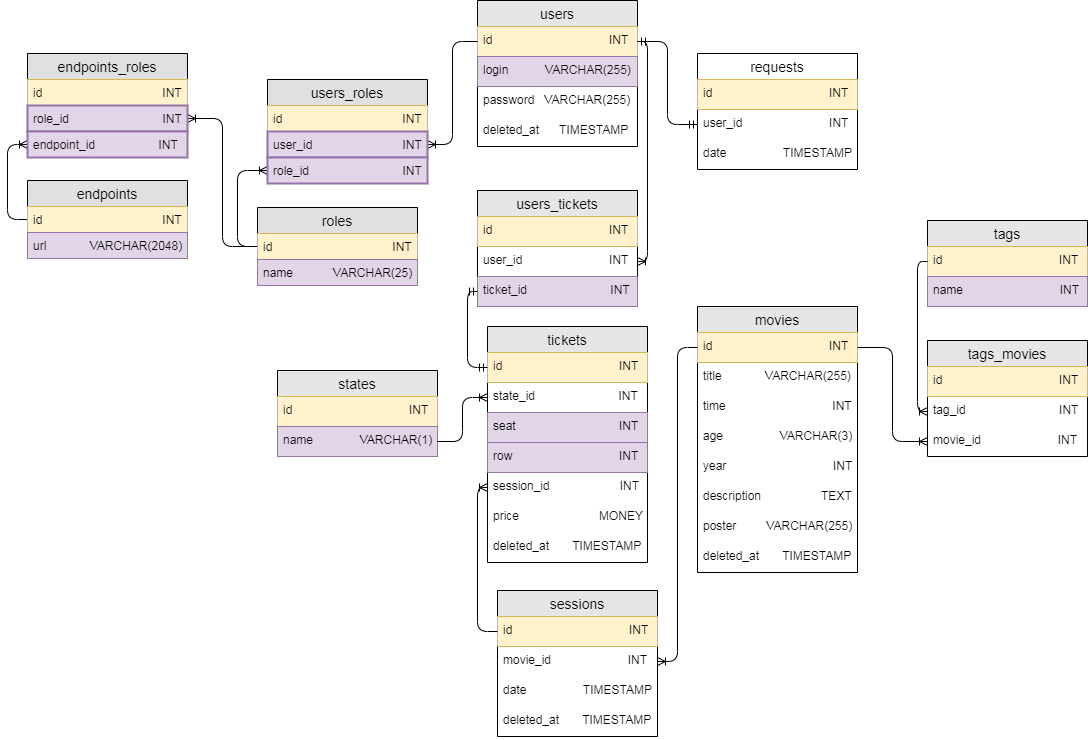
PaulineHK/NodeJS keeps this draw.io diagram as schema_db.png. Above is the earlier version. Source tidied: cells renumbered, new cells last; positions are measured from the earlier drawing's top-left corner, leaving out a move shared by most shapes.
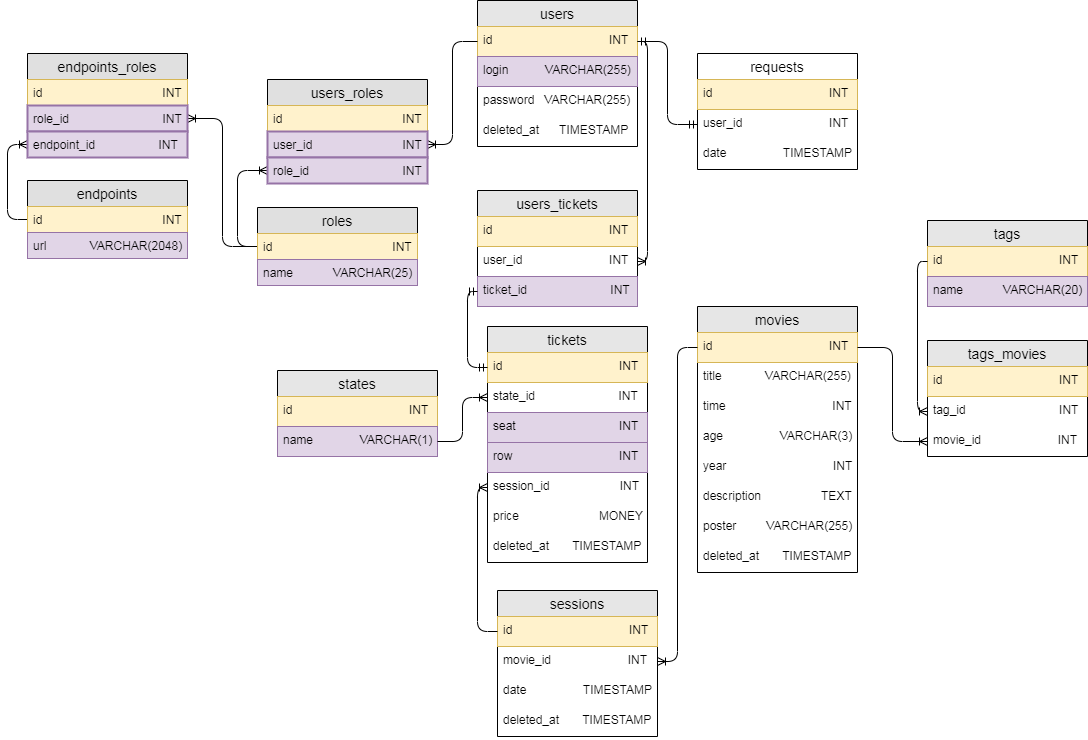
After the commit.

Commit message:
Исправленная схема БД

What changed in the source:
```diff
@@ -50,7 +50,7 @@
     <mxCell id="17" value="id                                   INT" style="text;strokeColor=#d6b656;fillColor=#fff2cc;spacingLeft=4;spacingRight=4;overflow=hidden;points=[[0,0.5],[1,0.5]];portConstraint=eastwest;fontSize=12;" parent="16" vertex="1">
       <mxGeometry y="26" width="160" height="30" as="geometry" />
     </mxCell>
-    <mxCell id="18" value="name                             INT" style="text;strokeColor=#9673a6;fillColor=#e1d5e7;spacingLeft=4;spacingRight=4;overflow=hidden;fontSize=12;" parent="16" vertex="1">
+    <mxCell id="18" value="name            VARCHAR(20)     " style="text;strokeColor=#9673a6;fillColor=#e1d5e7;spacingLeft=4;spacingRight=4;overflow=hidden;fontSize=12;" parent="16" vertex="1">
       <mxGeometry y="56" width="160" height="30" as="geometry" />
     </mxCell>
     <mxCell id="19" value="tags_movies" style="swimlane;fontStyle=0;horizontal=1;startSize=26;align=center;fontSize=14;swimlaneFillColor=#ffffff;fillColor=#E6E6E6;" parent="1" vertex="1">
```
